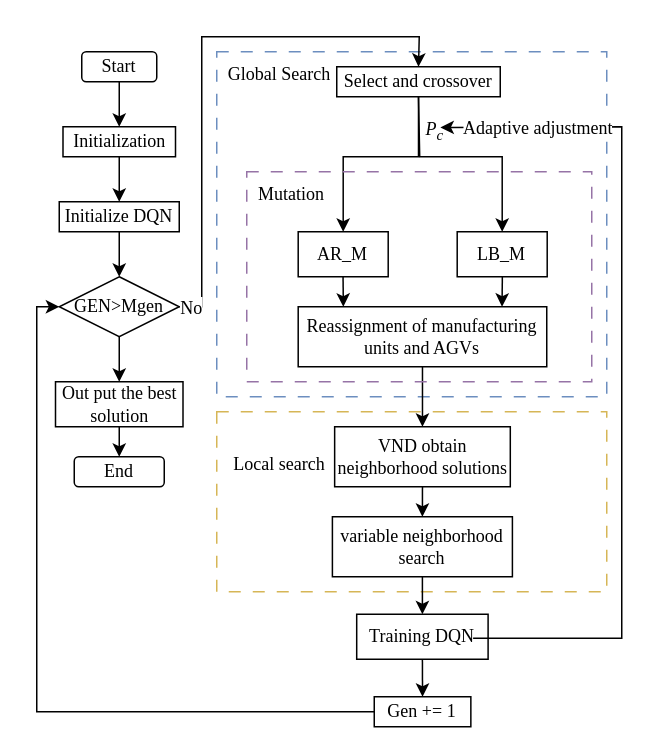
The draw.io diagram Framwork2.drawio in aslongaslihappy/algorithm, before the edit. Source tidied: cells renumbered, new cells numbered last; positions are measured from the earlier drawing's top-left corner, leaving out a move shared by most shapes. Both pictures are drawn from the tidied source at 150%, with x=0, y=0 at pixel (36, 36).
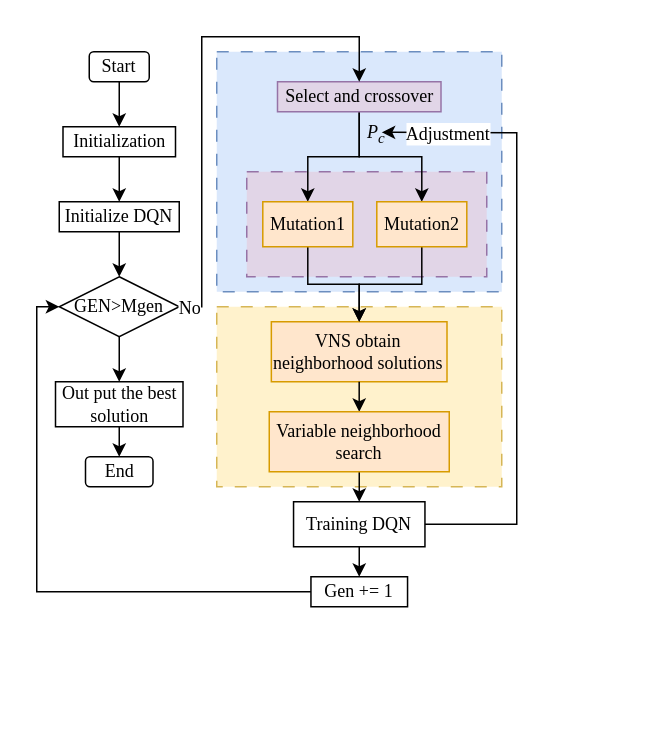
After the change.

Unchanged cells that the change refers to:
```xml
<mxCell id="6" value="GEN&amp;gt;Mgen" style="rhombus;whiteSpace=wrap;html=1;fontFamily=Times New Roman;fontSize=12;" parent="1" vertex="1">
  <mxGeometry x="15" y="160" width="80" height="40" as="geometry" />
</mxCell>
```

Change to the diagram source:
```diff
@@
-    <mxCell id="2" style="rounded=0;whiteSpace=wrap;html=1;dashed=1;dashPattern=8 8;fontFamily=Times New Roman;fillColor=none;strokeColor=#6c8ebf;fontSize=12;" parent="1" vertex="1">
-      <mxGeometry x="120" y="10" width="260" height="230" as="geometry" />
+    <mxCell id="2" style="rounded=0;whiteSpace=wrap;html=1;dashed=1;dashPattern=8 8;fontFamily=Times New Roman;fillColor=#dae8fc;strokeColor=#6c8ebf;fontSize=12;" parent="1" vertex="1">
+      <mxGeometry x="120" y="10" width="190" height="160" as="geometry" />
     </mxCell>
     <mxCell id="3" value="Start" style="rounded=1;whiteSpace=wrap;html=1;fontFamily=Times New Roman;fontSize=12;" parent="1" vertex="1">
-      <mxGeometry x="30" y="10" width="50" height="20" as="geometry" />
+      <mxGeometry x="35" y="10" width="40" height="20" as="geometry" />
     </mxCell>
@@
+    <mxCell id="31" style="rounded=0;whiteSpace=wrap;html=1;dashed=1;dashPattern=8 8;fontFamily=Times New Roman;fillColor=#e1d5e7;strokeColor=#9673a6;fontSize=12;" parent="1" vertex="1">
+      <mxGeometry x="140" y="90" width="160" height="70" as="geometry" />
+    </mxCell>
-    <mxCell id="7" style="edgeStyle=orthogonalEdgeStyle;rounded=0;jettySize=auto;html=1;exitX=0.5;exitY=1;exitDx=0;exitDy=0;entryX=0.5;entryY=0;entryDx=0;entryDy=0;fontFamily=Times New Roman;" parent="1" edge="1" source="8" target="32">
-      <mxGeometry relative="1" as="geometry">
-        <Array as="points">
-          <mxPoint x="255.3" y="80" />
-          <mxPoint x="204.3" y="80" />
-        </Array>
-      </mxGeometry>
+    <mxCell id="7" style="edgeStyle=orthogonalEdgeStyle;rounded=0;jettySize=auto;html=1;exitX=0.5;exitY=1;exitDx=0;exitDy=0;entryX=0.5;entryY=0;entryDx=0;entryDy=0;" parent="1" edge="1" source="8" target="32">
+      <mxGeometry relative="1" as="geometry" />
     </mxCell>
+    <mxCell id="38" style="edgeStyle=orthogonalEdgeStyle;rounded=0;jettySize=auto;html=1;exitX=0.5;exitY=1;exitDx=0;exitDy=0;entryX=0.5;entryY=0;entryDx=0;entryDy=0;" parent="1" edge="1" source="8" target="33">
+      <mxGeometry relative="1" as="geometry" />
+    </mxCell>
-    <mxCell id="8" value="Select and&amp;nbsp;crossover" style="rounded=0;whiteSpace=wrap;html=1;fontFamily=Times New Roman;fontSize=12;fillColor=none;strokeColor=default;" parent="1" vertex="1">
-      <mxGeometry x="200" y="20" width="109" height="20" as="geometry" />
+    <mxCell id="8" value="Select and&amp;nbsp;crossover" style="rounded=0;whiteSpace=wrap;html=1;fontFamily=Times New Roman;fontSize=12;fillColor=#e1d5e7;strokeColor=#9673a6;" parent="1" vertex="1">
+      <mxGeometry x="160.5" y="30" width="109" height="20" as="geometry" />
     </mxCell>
     <mxCell id="9" value="P&lt;sub&gt;c&lt;/sub&gt;" style="text;html=1;align=center;verticalAlign=middle;strokeColor=none;fillColor=none;fontFamily=Times New Roman;fontStyle=2;fontSize=12;" parent="1" vertex="1">
-      <mxGeometry x="250.3" y="48" width="30" height="30" as="geometry" />
+      <mxGeometry x="210.7" y="50" width="30" height="30" as="geometry" />
     </mxCell>
-    <mxCell id="10" style="rounded=0;whiteSpace=wrap;html=1;dashed=1;dashPattern=8 8;fontFamily=Times New Roman;fillColor=none;strokeColor=#d6b656;fontSize=12;" parent="1" vertex="1">
-      <mxGeometry x="120" y="250" width="260" height="120" as="geometry" />
+    <mxCell id="10" style="rounded=0;whiteSpace=wrap;html=1;dashed=1;dashPattern=8 8;fontFamily=Times New Roman;fillColor=#fff2cc;strokeColor=#d6b656;fontSize=12;" parent="1" vertex="1">
+      <mxGeometry x="120" y="180" width="190" height="120" as="geometry" />
     </mxCell>
@@
     <mxCell id="14" style="endArrow=classic;html=1;rounded=0;exitX=1;exitY=0.5;exitDx=0;exitDy=0;entryX=0.5;entryY=0;entryDx=0;entryDy=0;fontFamily=Times New Roman;fontSize=12;" parent="1" edge="1" source="6" target="8">
       <mxGeometry relative="1" as="geometry">
         <Array as="points">
           <mxPoint x="110" y="180" />
           <mxPoint x="110" />
-          <mxPoint x="255" />
+          <mxPoint x="215" />
         </Array>
       </mxGeometry>
     </mxCell>
@@
-    <mxCell id="16" value="&lt;font&gt;VND obtain neighborhood solutions&lt;/font&gt;" style="rounded=0;whiteSpace=wrap;html=1;fontFamily=Times New Roman;fontSize=12;" parent="1" vertex="1">
-      <mxGeometry x="198.6" y="260" width="117.1" height="40" as="geometry" />
+    <mxCell id="16" value="&lt;font&gt;VNS obtain neighborhood solutions&lt;/font&gt;" style="rounded=0;whiteSpace=wrap;html=1;fontFamily=Times New Roman;fontSize=12;fillColor=#ffe6cc;strokeColor=#d79b00;" parent="1" vertex="1">
+      <mxGeometry x="156.4" y="190" width="117.1" height="40" as="geometry" />
     </mxCell>
-    <mxCell id="17" style="endArrow=classic;html=1;rounded=0;exitX=0.5;exitY=1;exitDx=0;exitDy=0;entryX=0.5;entryY=0;entryDx=0;entryDy=0;fontFamily=Times New Roman;fontSize=12;" parent="1" edge="1" source="35" target="16">
-      <mxGeometry relative="1" as="geometry" />
-    </mxCell>
@@
     <mxCell id="19" value="Gen += 1" style="rounded=0;whiteSpace=wrap;html=1;fontFamily=Times New Roman;fontSize=12;" parent="1" vertex="1">
-      <mxGeometry x="225" y="440" width="64.4" height="20" as="geometry" />
+      <mxGeometry x="182.8" y="360" width="64.4" height="20" as="geometry" />
     </mxCell>
     <mxCell id="20" style="endArrow=classic;html=1;rounded=0;entryX=0;entryY=0.5;entryDx=0;entryDy=0;exitX=0;exitY=0.5;exitDx=0;exitDy=0;fontFamily=Times New Roman;fontSize=12;" parent="1" edge="1" source="19" target="6">
       <mxGeometry relative="1" as="geometry">
         <Array as="points">
-          <mxPoint y="450" />
+          <mxPoint y="370" />
           <mxPoint y="180" />
         </Array>
       </mxGeometry>
     </mxCell>
@@
     <mxCell id="23" value="End" style="rounded=1;whiteSpace=wrap;html=1;fontFamily=Times New Roman;fontSize=12;" parent="1" vertex="1">
-      <mxGeometry x="25" y="280" width="60" height="20" as="geometry" />
+      <mxGeometry x="32.5" y="280" width="45" height="20" as="geometry" />
     </mxCell>
@@
     <mxCell id="25" value="Training DQN" style="rounded=0;whiteSpace=wrap;html=1;fontFamily=Times New Roman;fontSize=12;" parent="1" vertex="1">
-      <mxGeometry x="213.3" y="385" width="87.6" height="30" as="geometry" />
+      <mxGeometry x="171.2" y="310" width="87.6" height="30" as="geometry" />
     </mxCell>
@@
-    <mxCell id="27" style="endArrow=classic;html=1;rounded=0;exitX=1;exitY=0.5;exitDx=0;exitDy=0;fontFamily=Times New Roman;entryX=0.96;entryY=0.383;entryDx=0;entryDy=0;entryPerimeter=0;fontSize=12;" parent="1" edge="1">
+    <mxCell id="27" style="endArrow=classic;html=1;rounded=0;exitX=1;exitY=0.5;exitDx=0;exitDy=0;fontFamily=Times New Roman;entryX=0.987;entryY=0.457;entryDx=0;entryDy=0;entryPerimeter=0;fontSize=12;" parent="1" edge="1" source="25">
       <mxGeometry relative="1" as="geometry">
-        <mxPoint x="290.9" y="401" as="sourcePoint" />
-        <mxPoint x="269.1" y="60.5" as="targetPoint" />
+        <mxPoint x="230" y="63.7" as="targetPoint" />
         <Array as="points">
-          <mxPoint x="390" y="401" />
-          <mxPoint x="390" y="60" />
+          <mxPoint x="320" y="325" />
+          <mxPoint x="320" y="64" />
         </Array>
       </mxGeometry>
     </mxCell>
-    <mxCell id="28" value="Adaptive adjustment" style="edgeLabel;html=1;align=center;verticalAlign=middle;fontFamily=Times New Roman;fontSize=12;" parent="27" vertex="1">
+    <mxCell id="28" value="Adjustment" style="edgeLabel;html=1;align=center;verticalAlign=middle;fontFamily=Times New Roman;fontSize=12;" parent="27" vertex="1">
       <mxGeometry x="0.92" relative="1" as="geometry">
-        <mxPoint x="42" as="offset" />
+        <mxPoint x="27" y="1" as="offset" />
       </mxGeometry>
     </mxCell>
-    <mxCell id="29" value="Local search" style="text;html=1;align=center;verticalAlign=middle;whiteSpace=wrap;rounded=0;fontFamily=Times New Roman;fontSize=12;" parent="1" vertex="1">
-      <mxGeometry x="121.5" y="270" width="80" height="30" as="geometry" />
-    </mxCell>
-    <mxCell id="30" value="Global Search" style="text;html=1;align=center;verticalAlign=middle;whiteSpace=wrap;rounded=0;fontFamily=Times New Roman;fontSize=12;" parent="1" vertex="1">
-      <mxGeometry x="121.5" y="10" width="80" height="30" as="geometry" />
-    </mxCell>
-    <mxCell id="31" style="rounded=0;whiteSpace=wrap;html=1;dashed=1;dashPattern=8 8;fontFamily=Times New Roman;fillColor=none;strokeColor=#9673a6;fontSize=12;" parent="1" vertex="1">
-      <mxGeometry x="140" y="90" width="230" height="140" as="geometry" />
-    </mxCell>
+    <mxCell id="41" style="edgeStyle=orthogonalEdgeStyle;rounded=0;jettySize=auto;html=1;exitX=0.5;exitY=1;exitDx=0;exitDy=0;entryX=0.5;entryY=0;entryDx=0;entryDy=0;" parent="1" edge="1" source="32" target="16">
+      <mxGeometry relative="1" as="geometry" />
+    </mxCell>
-    <mxCell id="32" value="AR_M" style="rounded=0;whiteSpace=wrap;html=1;fontFamily=Times New Roman;fontSize=12;" parent="1" vertex="1">
-      <mxGeometry x="174.3" y="130" width="60" height="30" as="geometry" />
+    <mxCell id="32" value="Mutation1" style="rounded=0;whiteSpace=wrap;html=1;fontFamily=Times New Roman;fontSize=12;fillColor=#ffe6cc;strokeColor=#d79b00;" parent="1" vertex="1">
+      <mxGeometry x="150.7" y="110" width="60" height="30" as="geometry" />
     </mxCell>
+    <mxCell id="42" style="edgeStyle=orthogonalEdgeStyle;rounded=0;jettySize=auto;html=1;exitX=0.5;exitY=1;exitDx=0;exitDy=0;" parent="1" edge="1" source="33" target="16">
+      <mxGeometry relative="1" as="geometry" />
+    </mxCell>
-    <mxCell id="33" value="LB_M" style="rounded=0;whiteSpace=wrap;html=1;fontFamily=Times New Roman;fontSize=12;" parent="1" vertex="1">
-      <mxGeometry x="280.3" y="130" width="60" height="30" as="geometry" />
+    <mxCell id="33" value="Mutation2" style="rounded=0;whiteSpace=wrap;html=1;fontFamily=Times New Roman;fontSize=12;fillColor=#ffe6cc;strokeColor=#d79b00;" parent="1" vertex="1">
+      <mxGeometry x="226.7" y="110" width="60" height="30" as="geometry" />
     </mxCell>
-    <mxCell id="34" value="Mutation" style="text;html=1;align=center;verticalAlign=middle;whiteSpace=wrap;rounded=0;fontFamily=Times New Roman;fontSize=12;" parent="1" vertex="1">
-      <mxGeometry x="140" y="90" width="60" height="30" as="geometry" />
-    </mxCell>
-    <mxCell id="35" value="Reassignment of manufacturing units and AGVs" style="rounded=0;whiteSpace=wrap;html=1;fontFamily=Times New Roman;fontSize=12;" parent="1" vertex="1">
-      <mxGeometry x="174.3" y="180" width="165.7" height="40" as="geometry" />
-    </mxCell>
-    <mxCell id="36" style="endArrow=classic;html=1;rounded=0;entryX=0.862;entryY=-0.006;entryDx=0;entryDy=0;entryPerimeter=0;exitX=0.504;exitY=1.035;exitDx=0;exitDy=0;exitPerimeter=0;fontFamily=Times New Roman;fontSize=12;" parent="1" edge="1">
-      <mxGeometry relative="1" as="geometry">
-        <mxPoint x="310.4" y="160.2" as="sourcePoint" />
-        <mxPoint x="310.2" y="180" as="targetPoint" />
-      </mxGeometry>
-    </mxCell>
-    <mxCell id="37" style="endArrow=classic;html=1;rounded=0;entryX=0.5;entryY=0;entryDx=0;entryDy=0;exitX=0.504;exitY=1.035;exitDx=0;exitDy=0;exitPerimeter=0;fontFamily=Times New Roman;fontSize=12;" parent="1" edge="1">
-      <mxGeometry relative="1" as="geometry">
-        <mxPoint x="204.2" y="160" as="sourcePoint" />
-        <mxPoint x="204.4" y="180" as="targetPoint" />
-      </mxGeometry>
-    </mxCell>
-    <mxCell id="38" style="endArrow=classic;html=1;rounded=0;entryX=0.5;entryY=0;entryDx=0;entryDy=0;exitX=0.5;exitY=1;exitDx=0;exitDy=0;fontFamily=Times New Roman;" parent="1" edge="1" source="8" target="33">
-      <mxGeometry relative="1" as="geometry">
-        <Array as="points">
-          <mxPoint x="255.3" y="80" />
-          <mxPoint x="310.3" y="80" />
-        </Array>
-      </mxGeometry>
-    </mxCell>
@@
-    <mxCell id="40" value="variable neighborhood search" style="rounded=0;whiteSpace=wrap;html=1;fontFamily=Times New Roman;" parent="1" vertex="1">
-      <mxGeometry x="197.1" y="320" width="120" height="40" as="geometry" />
+    <mxCell id="40" value="Variable neighborhood search" style="rounded=0;whiteSpace=wrap;html=1;fontFamily=Times New Roman;fillColor=#ffe6cc;strokeColor=#d79b00;" parent="1" vertex="1">
+      <mxGeometry x="155" y="250" width="120" height="40" as="geometry" />
     </mxCell>
```
